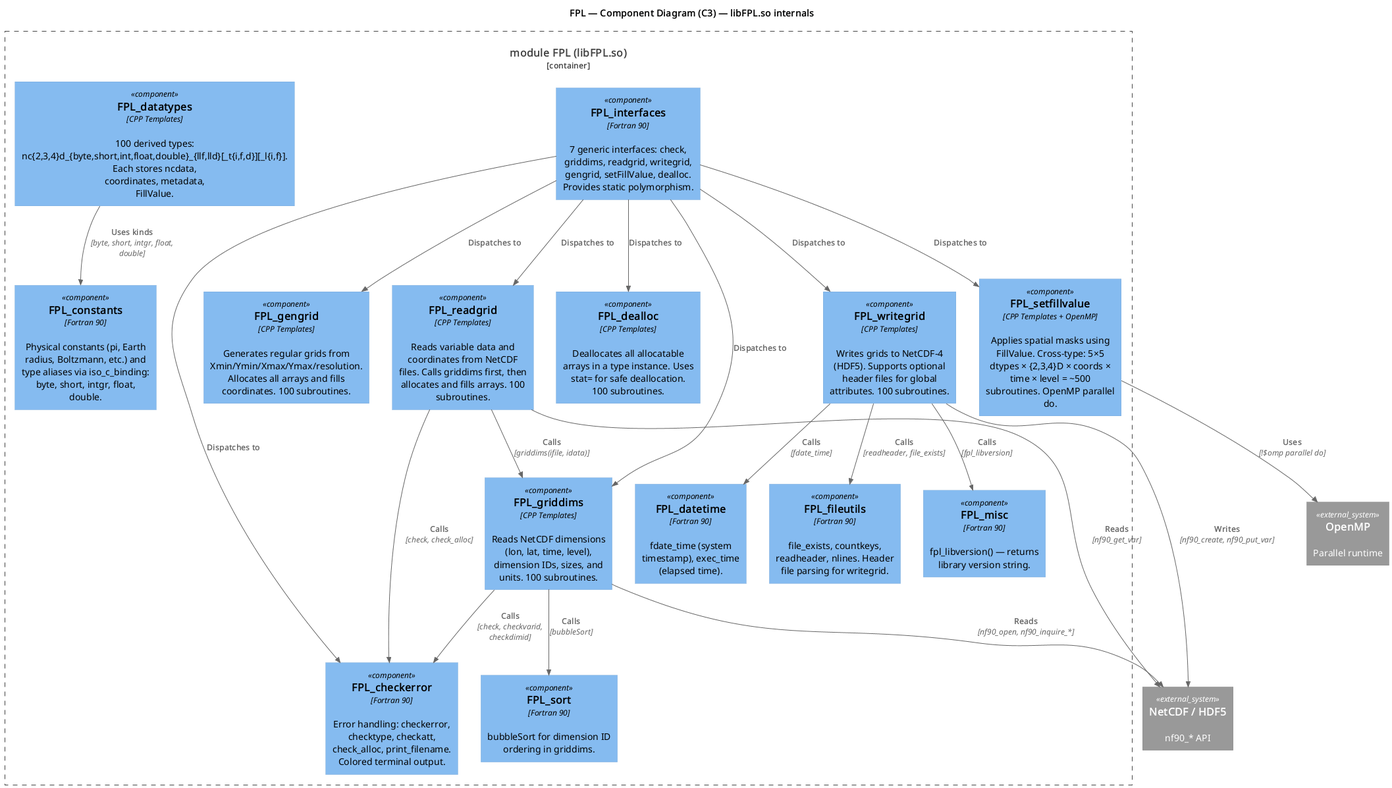
pimentafm/FortranProcessingLibrary keeps this PlantUML diagram as docs/static/diagrams/c4_component.png. Above is the earlier version. The source it was exported from:
```plantuml
@startuml c4_component
!include <C4/C4_Component>

title FPL — Component Diagram (C3) — libFPL.so internals

Container_Boundary(fpl_module, "module FPL (libFPL.so)") {

  Component(constants, "FPL_constants", "Fortran 90", "Physical constants (pi, Earth radius, Boltzmann, etc.) and type aliases via iso_c_binding: byte, short, intgr, float, double.")

  Component(datatypes, "FPL_datatypes", "CPP Templates", "100 derived types: nc{2,3,4}d_{byte,short,int,float,double}_{llf,lld}[_t{i,f,d}][_l{i,f}]. Each stores ncdata, coordinates, metadata, FillValue.")

  Component(interfaces, "FPL_interfaces", "Fortran 90", "7 generic interfaces: check, griddims, readgrid, writegrid, gengrid, setFillValue, dealloc. Provides static polymorphism.")

  Component(checkerror, "FPL_checkerror", "Fortran 90", "Error handling: checkerror, checktype, checkatt, check_alloc, print_filename. Colored terminal output.")

  Component(griddims, "FPL_griddims", "CPP Templates", "Reads NetCDF dimensions (lon, lat, time, level), dimension IDs, sizes, and units. 100 subroutines.")

  Component(readgrid, "FPL_readgrid", "CPP Templates", "Reads variable data and coordinates from NetCDF files. Calls griddims first, then allocates and fills arrays. 100 subroutines.")

  Component(writegrid, "FPL_writegrid", "CPP Templates", "Writes grids to NetCDF-4 (HDF5). Supports optional header files for global attributes. 100 subroutines.")

  Component(gengrid, "FPL_gengrid", "CPP Templates", "Generates regular grids from Xmin/Ymin/Xmax/Ymax/resolution. Allocates all arrays and fills coordinates. 100 subroutines.")

  Component(setfillvalue, "FPL_setfillvalue", "CPP Templates + OpenMP", "Applies spatial masks using FillValue. Cross-type: 5×5 dtypes × {2,3,4}D × coords × time × level = ~500 subroutines. OpenMP parallel do.")

  Component(dealloc, "FPL_dealloc", "CPP Templates", "Deallocates all allocatable arrays in a type instance. Uses stat= for safe deallocation. 100 subroutines.")

  Component(fileutils, "FPL_fileutils", "Fortran 90", "file_exists, countkeys, readheader, nlines. Header file parsing for writegrid.")

  Component(datetime, "FPL_datetime", "Fortran 90", "fdate_time (system timestamp), exec_time (elapsed time).")

  Component(sort, "FPL_sort", "Fortran 90", "bubbleSort for dimension ID ordering in griddims.")

  Component(misc, "FPL_misc", "Fortran 90", "fpl_libversion() — returns library version string.")
}

System_Ext(netcdf, "NetCDF / HDF5", "nf90_* API")
System_Ext(omp, "OpenMP", "Parallel runtime")

Rel(interfaces, griddims, "Dispatches to")
Rel(interfaces, readgrid, "Dispatches to")
Rel(interfaces, writegrid, "Dispatches to")
Rel(interfaces, gengrid, "Dispatches to")
Rel(interfaces, setfillvalue, "Dispatches to")
Rel(interfaces, dealloc, "Dispatches to")
Rel(interfaces, checkerror, "Dispatches to")

Rel(readgrid, griddims, "Calls", "griddims(ifile, idata)")
Rel(writegrid, fileutils, "Calls", "readheader, file_exists")
Rel(writegrid, datetime, "Calls", "fdate_time")
Rel(writegrid, misc, "Calls", "fpl_libversion")
Rel(griddims, sort, "Calls", "bubbleSort")
Rel(griddims, checkerror, "Calls", "check, checkvarid, checkdimid")
Rel(readgrid, checkerror, "Calls", "check, check_alloc")

Rel(datatypes, constants, "Uses kinds", "byte, short, intgr, float, double")

Rel(griddims, netcdf, "Reads", "nf90_open, nf90_inquire_*")
Rel(readgrid, netcdf, "Reads", "nf90_get_var")
Rel(writegrid, netcdf, "Writes", "nf90_create, nf90_put_var")
Rel(setfillvalue, omp, "Uses", "!$omp parallel do")

@enduml
```
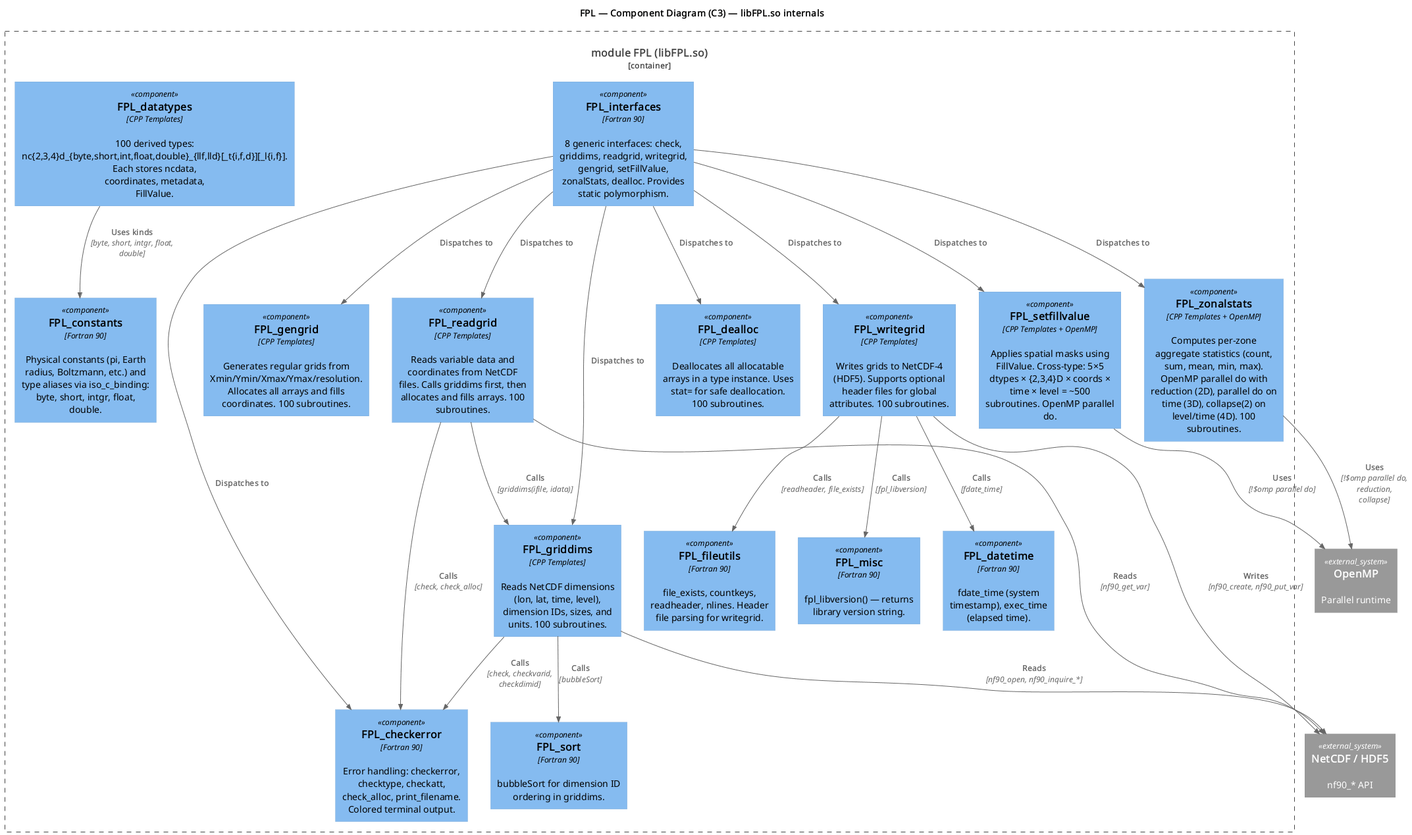
The same file after the commit.

Change to the diagram source:
```diff
@@ -9,7 +9,7 @@
 
   Component(datatypes, "FPL_datatypes", "CPP Templates", "100 derived types: nc{2,3,4}d_{byte,short,int,float,double}_{llf,lld}[_t{i,f,d}][_l{i,f}]. Each stores ncdata, coordinates, metadata, FillValue.")
 
-  Component(interfaces, "FPL_interfaces", "Fortran 90", "7 generic interfaces: check, griddims, readgrid, writegrid, gengrid, setFillValue, dealloc. Provides static polymorphism.")
+  Component(interfaces, "FPL_interfaces", "Fortran 90", "8 generic interfaces: check, griddims, readgrid, writegrid, gengrid, setFillValue, zonalStats, dealloc. Provides static polymorphism.")
 
   Component(checkerror, "FPL_checkerror", "Fortran 90", "Error handling: checkerror, checktype, checkatt, check_alloc, print_filename. Colored terminal output.")
 
@@ -22,6 +22,8 @@
   Component(gengrid, "FPL_gengrid", "CPP Templates", "Generates regular grids from Xmin/Ymin/Xmax/Ymax/resolution. Allocates all arrays and fills coordinates. 100 subroutines.")
 
   Component(setfillvalue, "FPL_setfillvalue", "CPP Templates + OpenMP", "Applies spatial masks using FillValue. Cross-type: 5×5 dtypes × {2,3,4}D × coords × time × level = ~500 subroutines. OpenMP parallel do.")
+
+  Component(zonalstats, "FPL_zonalstats", "CPP Templates + OpenMP", "Computes per-zone aggregate statistics (count, sum, mean, min, max). OpenMP parallel do with reduction (2D), parallel do on time (3D), collapse(2) on level/time (4D). 100 subroutines.")
 
   Component(dealloc, "FPL_dealloc", "CPP Templates", "Deallocates all allocatable arrays in a type instance. Uses stat= for safe deallocation. 100 subroutines.")
 
@@ -42,6 +44,7 @@
 Rel(interfaces, writegrid, "Dispatches to")
 Rel(interfaces, gengrid, "Dispatches to")
 Rel(interfaces, setfillvalue, "Dispatches to")
+Rel(interfaces, zonalstats, "Dispatches to")
 Rel(interfaces, dealloc, "Dispatches to")
 Rel(interfaces, checkerror, "Dispatches to")
 
@@ -59,5 +62,6 @@
 Rel(readgrid, netcdf, "Reads", "nf90_get_var")
 Rel(writegrid, netcdf, "Writes", "nf90_create, nf90_put_var")
 Rel(setfillvalue, omp, "Uses", "!$omp parallel do")
+Rel(zonalstats, omp, "Uses", "!$omp parallel do, reduction, collapse")
 
 @enduml
```
